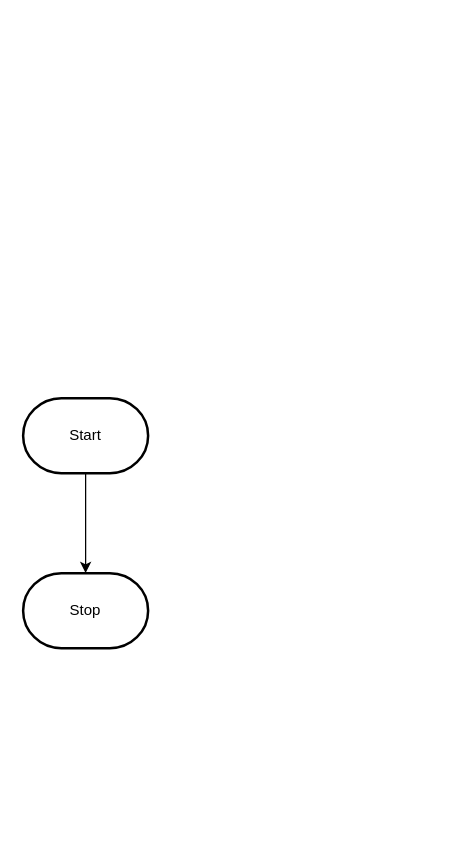
Before: design/flowchart.drawio in MTHS-ICD2O-1-2024/ICD2O-Unit-5-02-peter-zerbinos, a draw.io diagram. Source tidied: cells renumbered, new cells numbered last; positions are measured from the earlier drawing's top-left corner, leaving out a move shared by most shapes. Both pictures are drawn from the tidied source at 125%, with x=0, y=0 at pixel (22, 398).
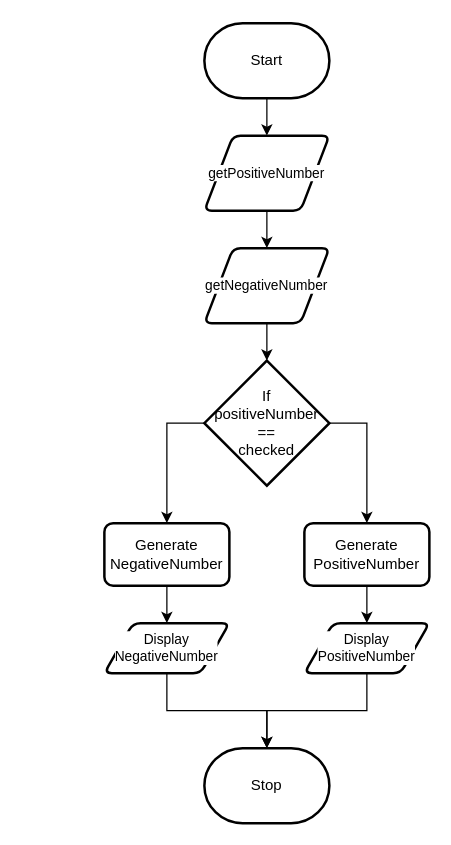
The same page after the edit.

The edit, as a diff of the source:
```diff
@@
 <mxGraphModel>
   <root>
     <mxCell id="0" />
     <mxCell id="1" parent="0" />
-    <mxCell id="2" style="edgeStyle=orthogonalEdgeStyle;html=1;rounded=0;" parent="1" edge="1" source="3" target="4">
-      <mxGeometry relative="1" as="geometry" />
-    </mxCell>
     <mxCell id="3" value="Start" style="strokeWidth=2;html=1;shape=mxgraph.flowchart.terminator;whiteSpace=wrap;" parent="1" vertex="1">
-      <mxGeometry width="100" height="60" as="geometry" />
+      <mxGeometry x="145" y="-300" width="100" height="60" as="geometry" />
     </mxCell>
     <mxCell id="4" value="Stop" style="strokeWidth=2;html=1;shape=mxgraph.flowchart.terminator;whiteSpace=wrap;" parent="1" vertex="1">
-      <mxGeometry y="140" width="100" height="60" as="geometry" />
+      <mxGeometry x="145" y="280" width="100" height="60" as="geometry" />
     </mxCell>
+    <mxCell id="5" style="edgeStyle=orthogonalEdgeStyle;html=1;exitX=0;exitY=0.5;exitDx=0;exitDy=0;exitPerimeter=0;entryX=0.5;entryY=0;entryDx=0;entryDy=0;rounded=0;curved=0;" parent="1" edge="1" source="7" target="9">
+      <mxGeometry relative="1" as="geometry" />
+    </mxCell>
+    <mxCell id="6" style="edgeStyle=orthogonalEdgeStyle;shape=connector;curved=0;rounded=0;html=1;exitX=1;exitY=0.5;exitDx=0;exitDy=0;exitPerimeter=0;entryX=0.5;entryY=0;entryDx=0;entryDy=0;strokeColor=default;align=center;verticalAlign=middle;fontFamily=Helvetica;fontSize=11;fontColor=default;labelBackgroundColor=default;endArrow=classic;" parent="1" edge="1" source="7" target="11">
+      <mxGeometry relative="1" as="geometry" />
+    </mxCell>
+    <mxCell id="7" value="If&lt;br&gt;positiveNumber&lt;div&gt;==&lt;/div&gt;&lt;div&gt;checked&lt;/div&gt;" style="strokeWidth=2;html=1;shape=mxgraph.flowchart.decision;whiteSpace=wrap;" parent="1" vertex="1">
+      <mxGeometry x="145" y="-30" width="100" height="100" as="geometry" />
+    </mxCell>
+    <mxCell id="8" style="edgeStyle=orthogonalEdgeStyle;shape=connector;curved=0;rounded=0;html=1;exitX=0.5;exitY=1;exitDx=0;exitDy=0;entryX=0.5;entryY=0;entryDx=0;entryDy=0;strokeColor=default;align=center;verticalAlign=middle;fontFamily=Helvetica;fontSize=11;fontColor=default;labelBackgroundColor=default;endArrow=classic;" parent="1" edge="1" source="9" target="16">
+      <mxGeometry relative="1" as="geometry" />
+    </mxCell>
+    <mxCell id="9" value="Generate&lt;div&gt;NegativeNumber&lt;/div&gt;" style="rounded=1;whiteSpace=wrap;html=1;absoluteArcSize=1;arcSize=14;strokeWidth=2;" parent="1" vertex="1">
+      <mxGeometry x="65" y="100" width="100" height="50" as="geometry" />
+    </mxCell>
+    <mxCell id="10" style="edgeStyle=orthogonalEdgeStyle;shape=connector;curved=0;rounded=0;html=1;exitX=0.5;exitY=1;exitDx=0;exitDy=0;entryX=0.5;entryY=0;entryDx=0;entryDy=0;strokeColor=default;align=center;verticalAlign=middle;fontFamily=Helvetica;fontSize=11;fontColor=default;labelBackgroundColor=default;endArrow=classic;" parent="1" edge="1" source="11" target="17">
+      <mxGeometry relative="1" as="geometry" />
+    </mxCell>
+    <mxCell id="11" value="Generate&lt;div&gt;PositiveNumber&lt;/div&gt;" style="rounded=1;whiteSpace=wrap;html=1;absoluteArcSize=1;arcSize=14;strokeWidth=2;" parent="1" vertex="1">
+      <mxGeometry x="225" y="100" width="100" height="50" as="geometry" />
+    </mxCell>
+    <mxCell id="12" style="edgeStyle=orthogonalEdgeStyle;html=1;rounded=0;" parent="1" edge="1" source="3" target="14">
+      <mxGeometry relative="1" as="geometry" />
+    </mxCell>
+    <mxCell id="13" style="edgeStyle=orthogonalEdgeStyle;shape=connector;curved=0;rounded=0;html=1;exitX=0.5;exitY=1;exitDx=0;exitDy=0;entryX=0.5;entryY=0;entryDx=0;entryDy=0;strokeColor=default;align=center;verticalAlign=middle;fontFamily=Helvetica;fontSize=11;fontColor=default;labelBackgroundColor=default;endArrow=classic;" parent="1" edge="1" source="14" target="15">
+      <mxGeometry relative="1" as="geometry" />
+    </mxCell>
+    <mxCell id="14" value="getPositiveNumber" style="shape=parallelogram;html=1;strokeWidth=2;perimeter=parallelogramPerimeter;whiteSpace=wrap;rounded=1;arcSize=12;size=0.23;fontFamily=Helvetica;fontSize=11;fontColor=default;labelBackgroundColor=default;" parent="1" vertex="1">
+      <mxGeometry x="145" y="-210" width="100" height="60" as="geometry" />
+    </mxCell>
+    <mxCell id="15" value="getNegativeNumber" style="shape=parallelogram;html=1;strokeWidth=2;perimeter=parallelogramPerimeter;whiteSpace=wrap;rounded=1;arcSize=12;size=0.23;fontFamily=Helvetica;fontSize=11;fontColor=default;labelBackgroundColor=default;" parent="1" vertex="1">
+      <mxGeometry x="145" y="-120" width="100" height="60" as="geometry" />
+    </mxCell>
+    <mxCell id="16" value="Display&lt;div&gt;NegativeNumber&lt;/div&gt;" style="shape=parallelogram;html=1;strokeWidth=2;perimeter=parallelogramPerimeter;whiteSpace=wrap;rounded=1;arcSize=12;size=0.23;fontFamily=Helvetica;fontSize=11;fontColor=default;labelBackgroundColor=default;" parent="1" vertex="1">
+      <mxGeometry x="65" y="180" width="100" height="40" as="geometry" />
+    </mxCell>
+    <mxCell id="17" value="Display&lt;div&gt;PositiveNumber&lt;/div&gt;" style="shape=parallelogram;html=1;strokeWidth=2;perimeter=parallelogramPerimeter;whiteSpace=wrap;rounded=1;arcSize=12;size=0.23;fontFamily=Helvetica;fontSize=11;fontColor=default;labelBackgroundColor=default;" parent="1" vertex="1">
+      <mxGeometry x="225" y="180" width="100" height="40" as="geometry" />
+    </mxCell>
+    <mxCell id="18" style="edgeStyle=orthogonalEdgeStyle;shape=connector;curved=0;rounded=0;html=1;exitX=0.5;exitY=1;exitDx=0;exitDy=0;entryX=0.5;entryY=0;entryDx=0;entryDy=0;entryPerimeter=0;strokeColor=default;align=center;verticalAlign=middle;fontFamily=Helvetica;fontSize=11;fontColor=default;labelBackgroundColor=default;endArrow=classic;" parent="1" edge="1" source="17" target="4">
+      <mxGeometry relative="1" as="geometry" />
+    </mxCell>
+    <mxCell id="19" style="edgeStyle=orthogonalEdgeStyle;shape=connector;curved=0;rounded=0;html=1;exitX=0.5;exitY=1;exitDx=0;exitDy=0;entryX=0.5;entryY=0;entryDx=0;entryDy=0;entryPerimeter=0;strokeColor=default;align=center;verticalAlign=middle;fontFamily=Helvetica;fontSize=11;fontColor=default;labelBackgroundColor=default;endArrow=classic;" parent="1" edge="1" source="16" target="4">
+      <mxGeometry relative="1" as="geometry" />
+    </mxCell>
+    <mxCell id="20" style="edgeStyle=orthogonalEdgeStyle;shape=connector;curved=0;rounded=0;html=1;exitX=0.5;exitY=1;exitDx=0;exitDy=0;entryX=0.5;entryY=0;entryDx=0;entryDy=0;entryPerimeter=0;strokeColor=default;align=center;verticalAlign=middle;fontFamily=Helvetica;fontSize=11;fontColor=default;labelBackgroundColor=default;endArrow=classic;" parent="1" edge="1" source="15" target="7">
+      <mxGeometry relative="1" as="geometry" />
+    </mxCell>
   </root>
 </mxGraphModel>
```
